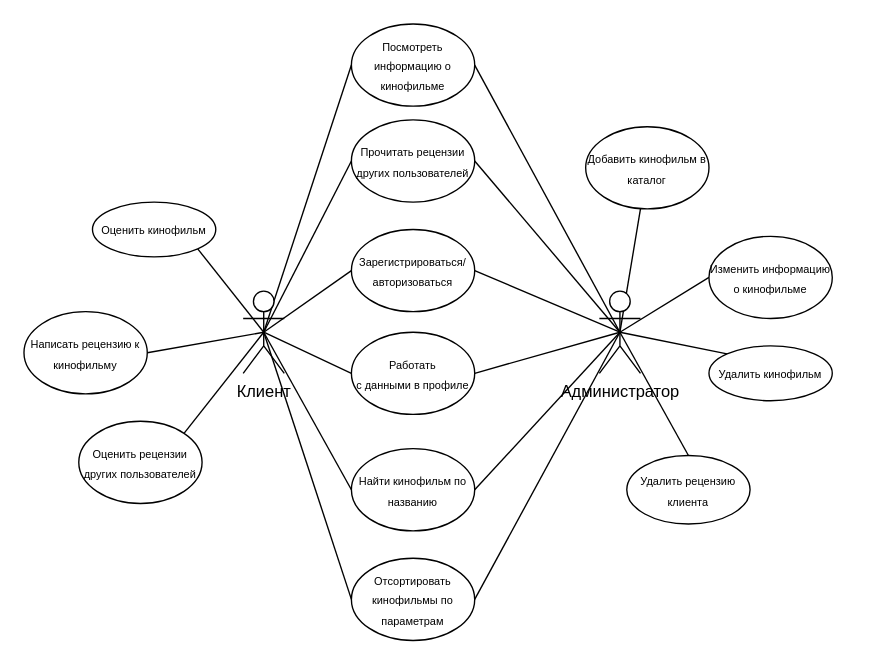
Before: diagrams/use-case.drawio in eyonyann/Course-project-3, a draw.io diagram. Source tidied: cells renumbered, new cells numbered last; positions are measured from the earlier drawing's top-left corner, leaving out a move shared by most shapes. Both pictures are drawn from the tidied source at 137%, with x=0, y=0 at pixel (23, 23).
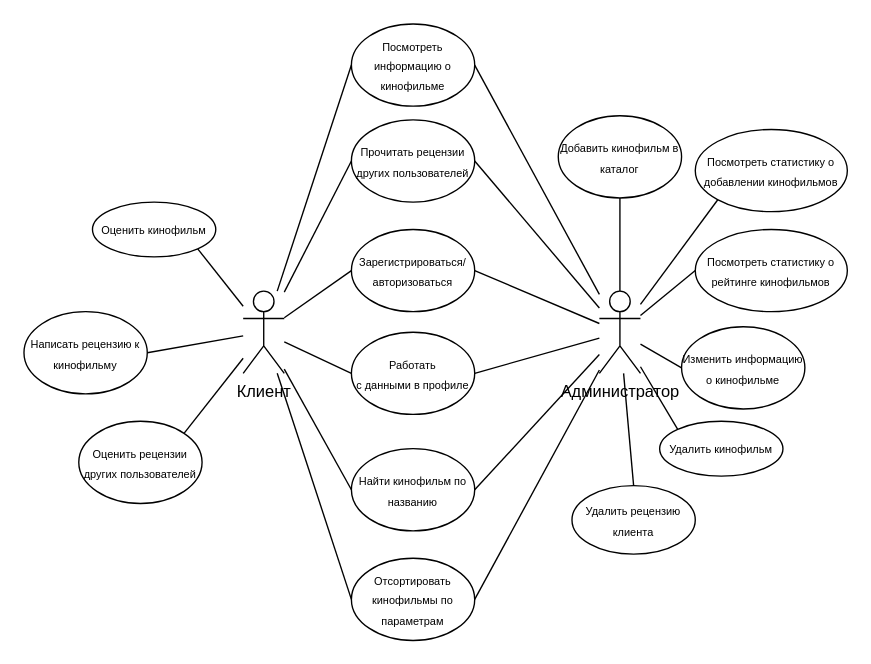
After the change.

The change refers to these unchanged cells:
```xml
<mxCell id="11" value="Клиент" style="shape=umlActor;verticalLabelPosition=bottom;verticalAlign=top;html=1;outlineConnect=0;" parent="1" vertex="1">
  <mxGeometry x="160" y="195" width="30" height="60" as="geometry" />
</mxCell>
<mxCell id="22" value="Администратор" style="shape=umlActor;verticalLabelPosition=bottom;verticalAlign=top;html=1;outlineConnect=0;" parent="1" vertex="1">
  <mxGeometry x="420" y="195" width="30" height="60" as="geometry" />
</mxCell>
<mxCell id="23" value="&lt;font style=&quot;font-size: 8px;&quot; face=&quot;Helvetica&quot;&gt;&lt;span style=&quot;&quot;&gt;Посмотреть&lt;/span&gt;&lt;br style=&quot;&quot;&gt;&lt;span style=&quot;&quot;&gt;информацию о кинофильме&lt;/span&gt;&lt;/font&gt;" style="ellipse;whiteSpace=wrap;html=1;" parent="1" vertex="1">
  <mxGeometry x="239" width="90" height="60" as="geometry" />
</mxCell>
<mxCell id="24" value="&lt;span style=&quot;font-size: 8px;&quot;&gt;Оценить кинофильм&lt;/span&gt;" style="ellipse;whiteSpace=wrap;html=1;" parent="1" vertex="1">
  <mxGeometry x="50" y="130" width="90" height="40" as="geometry" />
</mxCell>
<mxCell id="25" value="&lt;span style=&quot;font-size: 8px;&quot;&gt;Написать рецензию к кинофильму&lt;/span&gt;" style="ellipse;whiteSpace=wrap;html=1;" parent="1" vertex="1">
  <mxGeometry y="210" width="90" height="60" as="geometry" />
</mxCell>
<mxCell id="26" value="&lt;span style=&quot;font-size: 8px;&quot;&gt;Оценить рецензии других пользователей&lt;/span&gt;" style="ellipse;whiteSpace=wrap;html=1;" parent="1" vertex="1">
  <mxGeometry x="40" y="290" width="90" height="60" as="geometry" />
</mxCell>
<mxCell id="27" value="&lt;span style=&quot;font-size: 8px;&quot;&gt;Прочитать рецензии других пользователей&lt;/span&gt;" style="ellipse;whiteSpace=wrap;html=1;" parent="1" vertex="1">
  <mxGeometry x="239" y="70" width="90" height="60" as="geometry" />
</mxCell>
<mxCell id="32" value="&lt;font style=&quot;font-size: 8px;&quot;&gt;Зарегистрироваться/авторизоваться&lt;/font&gt;" style="ellipse;whiteSpace=wrap;html=1;" parent="1" vertex="1">
  <mxGeometry x="239" y="150" width="90" height="60" as="geometry" />
</mxCell>
<mxCell id="33" value="&lt;font face=&quot;Helvetica&quot; style=&quot;font-size: 8px;&quot;&gt;&lt;span style=&quot;color: black;&quot;&gt;Работать&lt;br&gt;с данными в профиле&lt;/span&gt;&lt;br&gt;&lt;/font&gt;" style="ellipse;whiteSpace=wrap;html=1;" parent="1" vertex="1">
  <mxGeometry x="239" y="225" width="90" height="60" as="geometry" />
</mxCell>
<mxCell id="34" value="&lt;font style=&quot;font-size: 8px;&quot;&gt;Найти кинофильм по названию&lt;/font&gt;" style="ellipse;whiteSpace=wrap;html=1;" parent="1" vertex="1">
  <mxGeometry x="239" y="310" width="90" height="60" as="geometry" />
</mxCell>
<mxCell id="35" value="&lt;font style=&quot;font-size: 8px;&quot;&gt;Отсортировать кинофильмы по параметрам&lt;/font&gt;" style="ellipse;whiteSpace=wrap;html=1;" parent="1" vertex="1">
  <mxGeometry x="239" y="390" width="90" height="60" as="geometry" />
</mxCell>
```

Change to the diagram source:
```diff
@@
-    <mxCell id="2" style="rounded=0;jettySize=auto;html=1;exitX=0.5;exitY=0.5;exitDx=0;exitDy=0;exitPerimeter=0;entryX=0;entryY=0.5;entryDx=0;entryDy=0;endArrow=none;endFill=0;" parent="1" edge="1" source="11" target="23">
+    <mxCell id="2" style="rounded=0;jettySize=auto;html=1;entryX=0;entryY=0.5;entryDx=0;entryDy=0;endArrow=none;endFill=0;" parent="1" edge="1" source="11" target="23">
       <mxGeometry relative="1" as="geometry" />
     </mxCell>
-    <mxCell id="3" style="rounded=0;jettySize=auto;html=1;exitX=0.5;exitY=0.5;exitDx=0;exitDy=0;exitPerimeter=0;entryX=0;entryY=0.5;entryDx=0;entryDy=0;endArrow=none;endFill=0;" parent="1" edge="1" source="11" target="27">
+    <mxCell id="3" style="rounded=0;jettySize=auto;html=1;entryX=0;entryY=0.5;entryDx=0;entryDy=0;endArrow=none;endFill=0;" parent="1" edge="1" source="11" target="27">
       <mxGeometry relative="1" as="geometry" />
     </mxCell>
-    <mxCell id="4" style="rounded=0;jettySize=auto;html=1;exitX=0.5;exitY=0.5;exitDx=0;exitDy=0;exitPerimeter=0;entryX=0;entryY=0.5;entryDx=0;entryDy=0;endArrow=none;endFill=0;" parent="1" edge="1" source="11" target="32">
+    <mxCell id="4" style="rounded=0;jettySize=auto;html=1;entryX=0;entryY=0.5;entryDx=0;entryDy=0;endArrow=none;endFill=0;" parent="1" edge="1" source="11" target="32">
       <mxGeometry relative="1" as="geometry" />
     </mxCell>
-    <mxCell id="5" style="rounded=0;jettySize=auto;html=1;exitX=0.5;exitY=0.5;exitDx=0;exitDy=0;exitPerimeter=0;entryX=0;entryY=0.5;entryDx=0;entryDy=0;endArrow=none;endFill=0;" parent="1" edge="1" source="11" target="33">
+    <mxCell id="5" style="rounded=0;jettySize=auto;html=1;entryX=0;entryY=0.5;entryDx=0;entryDy=0;endArrow=none;endFill=0;" parent="1" edge="1" source="11" target="33">
       <mxGeometry relative="1" as="geometry" />
     </mxCell>
-    <mxCell id="6" style="rounded=0;jettySize=auto;html=1;exitX=0.5;exitY=0.5;exitDx=0;exitDy=0;exitPerimeter=0;entryX=0;entryY=0.5;entryDx=0;entryDy=0;endArrow=none;endFill=0;" parent="1" edge="1" source="11" target="34">
+    <mxCell id="6" style="rounded=0;jettySize=auto;html=1;entryX=0;entryY=0.5;entryDx=0;entryDy=0;endArrow=none;endFill=0;" parent="1" edge="1" source="11" target="34">
       <mxGeometry relative="1" as="geometry" />
     </mxCell>
-    <mxCell id="7" style="rounded=0;jettySize=auto;html=1;exitX=0.5;exitY=0.5;exitDx=0;exitDy=0;exitPerimeter=0;entryX=0;entryY=0.5;entryDx=0;entryDy=0;endArrow=none;endFill=0;" parent="1" edge="1" source="11" target="35">
+    <mxCell id="7" style="rounded=0;jettySize=auto;html=1;entryX=0;entryY=0.5;entryDx=0;entryDy=0;endArrow=none;endFill=0;" parent="1" edge="1" source="11" target="35">
       <mxGeometry relative="1" as="geometry" />
     </mxCell>
-    <mxCell id="8" style="rounded=0;jettySize=auto;html=1;exitX=0.5;exitY=0.5;exitDx=0;exitDy=0;exitPerimeter=0;entryX=1;entryY=0;entryDx=0;entryDy=0;endArrow=none;endFill=0;" parent="1" edge="1" source="11" target="26">
+    <mxCell id="8" style="rounded=0;jettySize=auto;html=1;entryX=1;entryY=0;entryDx=0;entryDy=0;endArrow=none;endFill=0;" parent="1" edge="1" source="11" target="26">
       <mxGeometry relative="1" as="geometry" />
     </mxCell>
-    <mxCell id="9" style="rounded=0;jettySize=auto;html=1;exitX=0.5;exitY=0.5;exitDx=0;exitDy=0;exitPerimeter=0;entryX=1;entryY=0.5;entryDx=0;entryDy=0;endArrow=none;endFill=0;" parent="1" edge="1" source="11" target="25">
+    <mxCell id="9" style="rounded=0;jettySize=auto;html=1;entryX=1;entryY=0.5;entryDx=0;entryDy=0;endArrow=none;endFill=0;" parent="1" edge="1" source="11" target="25">
       <mxGeometry relative="1" as="geometry" />
     </mxCell>
-    <mxCell id="10" style="rounded=0;jettySize=auto;html=1;exitX=0.5;exitY=0.5;exitDx=0;exitDy=0;exitPerimeter=0;entryX=1;entryY=1;entryDx=0;entryDy=0;endArrow=none;endFill=0;" parent="1" edge="1" source="11" target="24">
+    <mxCell id="10" style="rounded=0;jettySize=auto;html=1;entryX=1;entryY=1;entryDx=0;entryDy=0;endArrow=none;endFill=0;" parent="1" edge="1" source="11" target="24">
       <mxGeometry relative="1" as="geometry" />
     </mxCell>
@@
-    <mxCell id="12" style="rounded=0;jettySize=auto;html=1;exitX=0.5;exitY=0.5;exitDx=0;exitDy=0;exitPerimeter=0;startArrow=none;startFill=0;endArrow=none;endFill=0;" parent="1" edge="1" source="22" target="28">
+    <mxCell id="12" style="rounded=0;jettySize=auto;html=1;startArrow=none;startFill=0;endArrow=none;endFill=0;" parent="1" edge="1" source="22" target="28">
       <mxGeometry relative="1" as="geometry" />
     </mxCell>
-    <mxCell id="13" style="rounded=0;jettySize=auto;html=1;exitX=0.5;exitY=0.5;exitDx=0;exitDy=0;exitPerimeter=0;entryX=0;entryY=0.5;entryDx=0;entryDy=0;endArrow=none;endFill=0;jumpStyle=none;" parent="1" edge="1" source="22" target="29">
+    <mxCell id="13" style="rounded=0;jettySize=auto;html=1;entryX=0;entryY=0.5;entryDx=0;entryDy=0;endArrow=none;endFill=0;jumpStyle=none;" parent="1" edge="1" source="22" target="29">
       <mxGeometry relative="1" as="geometry" />
     </mxCell>
-    <mxCell id="14" style="rounded=0;jettySize=auto;html=1;exitX=0.5;exitY=0.5;exitDx=0;exitDy=0;exitPerimeter=0;entryX=0;entryY=0;entryDx=0;entryDy=0;endArrow=none;endFill=0;" parent="1" edge="1" source="22" target="30">
+    <mxCell id="14" style="rounded=0;jettySize=auto;html=1;entryX=0;entryY=0;entryDx=0;entryDy=0;endArrow=none;endFill=0;" parent="1" edge="1" source="22" target="30">
       <mxGeometry relative="1" as="geometry" />
     </mxCell>
-    <mxCell id="15" style="rounded=0;jettySize=auto;html=1;exitX=0.5;exitY=0.5;exitDx=0;exitDy=0;exitPerimeter=0;entryX=0.5;entryY=0;entryDx=0;entryDy=0;endArrow=none;endFill=0;" parent="1" edge="1" source="22" target="31">
+    <mxCell id="15" style="rounded=0;jettySize=auto;html=1;entryX=0.5;entryY=0;entryDx=0;entryDy=0;endArrow=none;endFill=0;" parent="1" edge="1" source="22" target="31">
       <mxGeometry relative="1" as="geometry" />
     </mxCell>
-    <mxCell id="16" style="rounded=0;jettySize=auto;html=1;exitX=0.5;exitY=0.5;exitDx=0;exitDy=0;exitPerimeter=0;entryX=1;entryY=0.5;entryDx=0;entryDy=0;endArrow=none;endFill=0;" parent="1" edge="1" source="22" target="23">
+    <mxCell id="16" style="rounded=0;jettySize=auto;html=1;entryX=1;entryY=0.5;entryDx=0;entryDy=0;endArrow=none;endFill=0;" parent="1" edge="1" source="22" target="23">
       <mxGeometry relative="1" as="geometry" />
     </mxCell>
-    <mxCell id="17" style="rounded=0;jettySize=auto;html=1;exitX=0.5;exitY=0.5;exitDx=0;exitDy=0;exitPerimeter=0;entryX=1;entryY=0.5;entryDx=0;entryDy=0;endArrow=none;endFill=0;" parent="1" edge="1" source="22" target="27">
+    <mxCell id="17" style="rounded=0;jettySize=auto;html=1;entryX=1;entryY=0.5;entryDx=0;entryDy=0;endArrow=none;endFill=0;" parent="1" edge="1" source="22" target="27">
       <mxGeometry relative="1" as="geometry" />
     </mxCell>
-    <mxCell id="18" style="rounded=0;jettySize=auto;html=1;exitX=0.5;exitY=0.5;exitDx=0;exitDy=0;exitPerimeter=0;entryX=1;entryY=0.5;entryDx=0;entryDy=0;endArrow=none;endFill=0;" parent="1" edge="1" source="22" target="32">
+    <mxCell id="18" style="rounded=0;jettySize=auto;html=1;entryX=1;entryY=0.5;entryDx=0;entryDy=0;endArrow=none;endFill=0;" parent="1" edge="1" source="22" target="32">
       <mxGeometry relative="1" as="geometry" />
     </mxCell>
-    <mxCell id="19" style="rounded=0;jettySize=auto;html=1;exitX=0.5;exitY=0.5;exitDx=0;exitDy=0;exitPerimeter=0;entryX=1;entryY=0.5;entryDx=0;entryDy=0;endArrow=none;endFill=0;" parent="1" edge="1" source="22" target="33">
+    <mxCell id="19" style="rounded=0;jettySize=auto;html=1;entryX=1;entryY=0.5;entryDx=0;entryDy=0;endArrow=none;endFill=0;" parent="1" edge="1" source="22" target="33">
       <mxGeometry relative="1" as="geometry" />
     </mxCell>
-    <mxCell id="20" style="rounded=0;jettySize=auto;html=1;exitX=0.5;exitY=0.5;exitDx=0;exitDy=0;exitPerimeter=0;entryX=1;entryY=0.5;entryDx=0;entryDy=0;endArrow=none;endFill=0;" parent="1" edge="1" source="22" target="34">
+    <mxCell id="20" style="rounded=0;jettySize=auto;html=1;entryX=1;entryY=0.5;entryDx=0;entryDy=0;endArrow=none;endFill=0;" parent="1" edge="1" source="22" target="34">
       <mxGeometry relative="1" as="geometry" />
     </mxCell>
-    <mxCell id="21" style="rounded=0;jettySize=auto;html=1;exitX=0.5;exitY=0.5;exitDx=0;exitDy=0;exitPerimeter=0;entryX=1;entryY=0.5;entryDx=0;entryDy=0;endArrow=none;endFill=0;" parent="1" edge="1" source="22" target="35">
+    <mxCell id="21" style="rounded=0;jettySize=auto;html=1;entryX=1;entryY=0.5;entryDx=0;entryDy=0;endArrow=none;endFill=0;" parent="1" edge="1" source="22" target="35">
       <mxGeometry relative="1" as="geometry" />
     </mxCell>
@@
     <mxCell id="28" value="&lt;span style=&quot;font-size: 8px;&quot;&gt;Добавить кинофильм в каталог&lt;/span&gt;" style="ellipse;whiteSpace=wrap;html=1;" parent="1" vertex="1">
-      <mxGeometry x="410" y="75" width="90" height="60" as="geometry" />
+      <mxGeometry x="390" y="67" width="90" height="60" as="geometry" />
     </mxCell>
     <mxCell id="29" value="&lt;span style=&quot;font-size: 8px;&quot;&gt;Изменить информацию о кинофильме&lt;/span&gt;" style="ellipse;whiteSpace=wrap;html=1;" parent="1" vertex="1">
-      <mxGeometry x="500" y="155" width="90" height="60" as="geometry" />
+      <mxGeometry x="480" y="221" width="90" height="60" as="geometry" />
     </mxCell>
     <mxCell id="30" value="&lt;span style=&quot;font-size: 8px;&quot;&gt;Удалить кинофильм&lt;/span&gt;" style="ellipse;whiteSpace=wrap;html=1;" parent="1" vertex="1">
-      <mxGeometry x="500" y="235" width="90" height="40" as="geometry" />
+      <mxGeometry x="464" y="290" width="90" height="40" as="geometry" />
     </mxCell>
     <mxCell id="31" value="&lt;span style=&quot;font-size: 8px;&quot;&gt;Удалить рецензию клиента&lt;/span&gt;" style="ellipse;whiteSpace=wrap;html=1;" parent="1" vertex="1">
-      <mxGeometry x="440" y="315" width="90" height="50" as="geometry" />
+      <mxGeometry x="400" y="337" width="90" height="50" as="geometry" />
     </mxCell>
@@
+    <mxCell id="36" style="rounded=0;jettySize=auto;html=1;exitX=0;exitY=1;exitDx=0;exitDy=0;endArrow=none;endFill=0;" parent="1" edge="1" source="37" target="22">
+      <mxGeometry relative="1" as="geometry" />
+    </mxCell>
+    <mxCell id="37" value="&lt;span style=&quot;font-size: 8px;&quot;&gt;Посмотреть статистику о добавлении кинофильмов&lt;/span&gt;" style="ellipse;whiteSpace=wrap;html=1;" parent="1" vertex="1">
+      <mxGeometry x="490" y="77" width="111" height="60" as="geometry" />
+    </mxCell>
+    <mxCell id="38" style="rounded=0;jettySize=auto;html=1;exitX=0;exitY=0.5;exitDx=0;exitDy=0;endArrow=none;endFill=0;" parent="1" edge="1" source="39" target="22">
+      <mxGeometry relative="1" as="geometry" />
+    </mxCell>
+    <mxCell id="39" value="&lt;span style=&quot;font-size: 8px;&quot;&gt;Посмотреть статистику о рейтинге кинофильмов&lt;/span&gt;" style="ellipse;whiteSpace=wrap;html=1;" parent="1" vertex="1">
+      <mxGeometry x="490" y="150" width="111" height="60" as="geometry" />
+    </mxCell>
```
